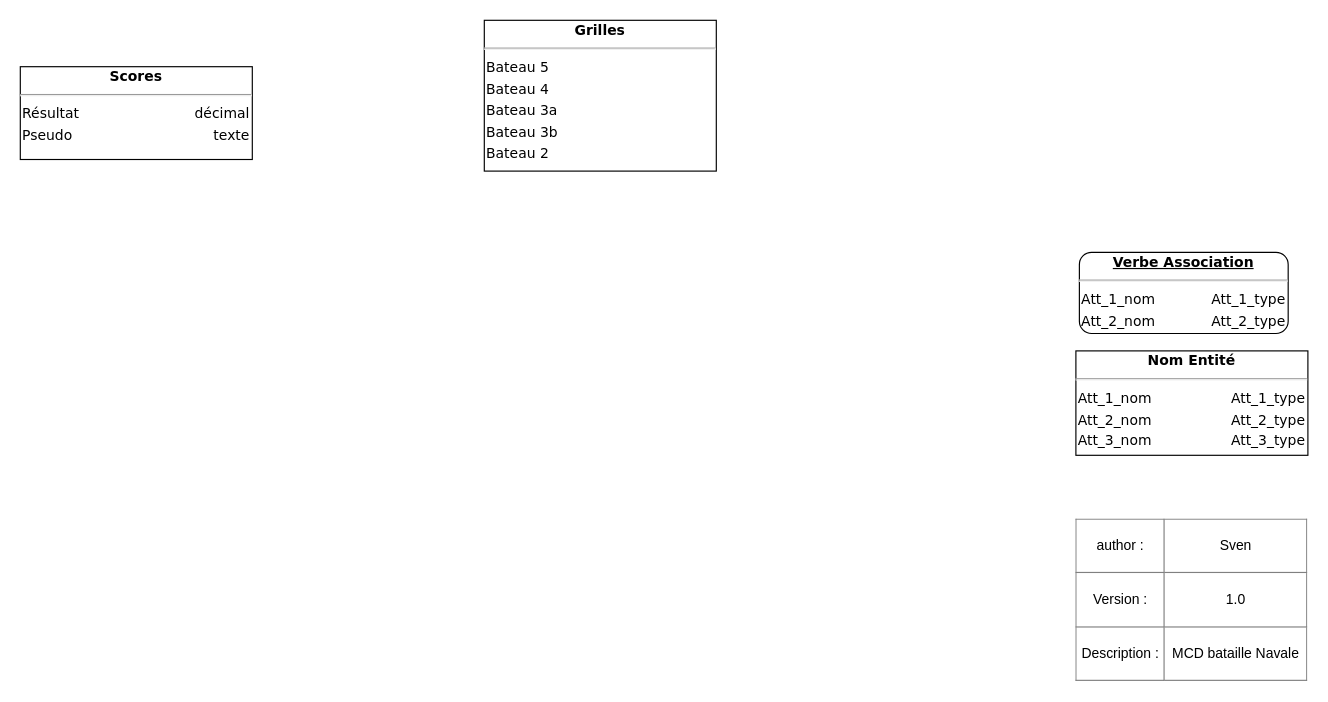
volerysven/Bataille-Navale keeps this draw.io diagram as MCD_bataille_navale.drawio. Above is the earlier version. Source tidied: cells renumbered, new cells numbered last; positions are measured from the earlier drawing's top-left corner, leaving out a move shared by most shapes. Both pictures are drawn from the tidied source at 116%, with x=0, y=0 at pixel (20, 20).
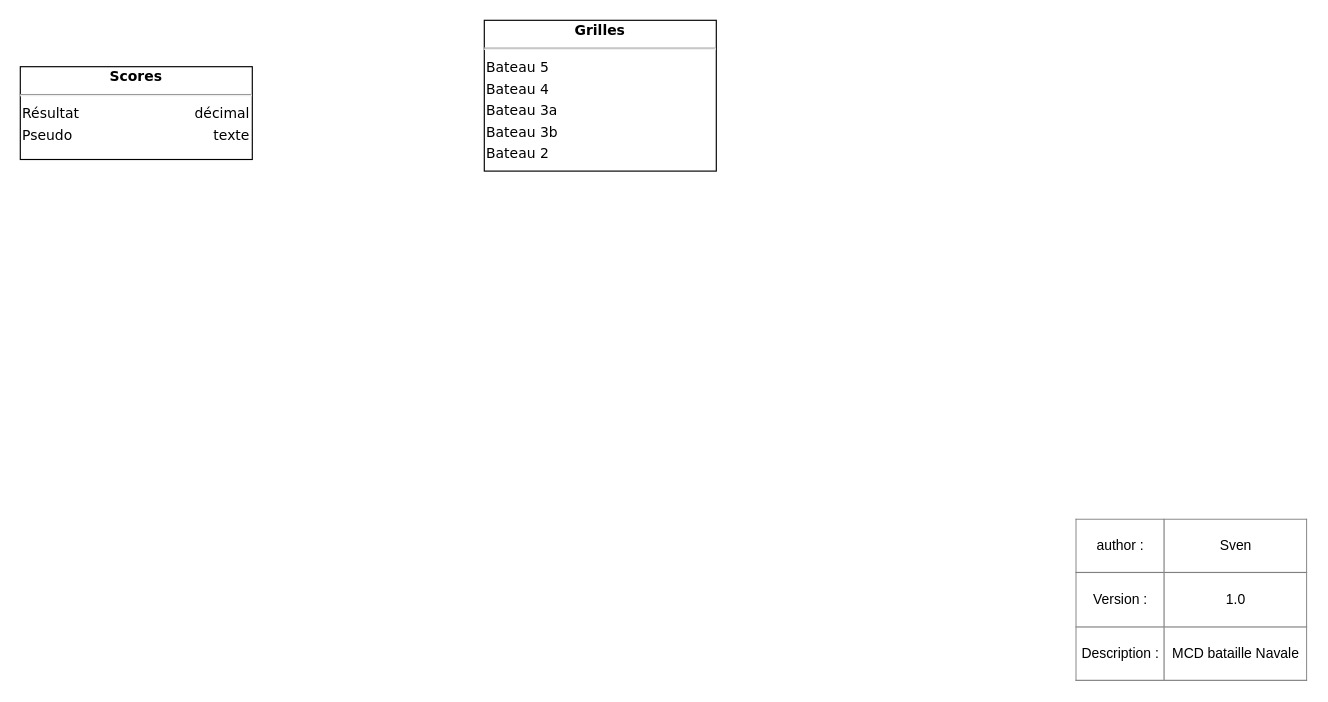
The same diagram, later.

Diff of the diagram source:
```diff
@@
 <mxGraphModel>
   <root>
     <mxCell id="0" />
     <mxCell id="1" parent="0" />
     <mxCell id="2" value="&lt;div style=&quot;box-sizing: border-box ; width: 100% ; padding: 2px&quot;&gt;&lt;span style=&quot;background-color: rgb(255 , 255 , 255)&quot;&gt;&lt;b&gt;Scores&lt;/b&gt;&lt;/span&gt;&lt;/div&gt;&lt;hr&gt;&lt;table style=&quot;width: 100% ; font-size: 1em&quot; cellpadding=&quot;2&quot; cellspacing=&quot;0&quot;&gt;&lt;tbody&gt;&lt;tr&gt;&lt;td style=&quot;text-align: left&quot;&gt;Résultat&lt;/td&gt;&lt;td style=&quot;text-align: right&quot;&gt;décimal&lt;/td&gt;&lt;/tr&gt;&lt;tr&gt;&lt;td style=&quot;text-align: left&quot;&gt;Pseudo&lt;br&gt;&lt;/td&gt;&lt;td style=&quot;text-align: right&quot;&gt;texte&lt;br&gt;&lt;/td&gt;&lt;/tr&gt;&lt;/tbody&gt;&lt;/table&gt;" style="verticalAlign=top;align=center;overflow=fill;html=1;rounded=0;shadow=0;comic=0;labelBackgroundColor=none;strokeColor=#000000;strokeWidth=1;fillColor=#ffffff;fontFamily=Verdana;fontSize=12;fontColor=#000000;" parent="1" vertex="1">
       <mxGeometry y="40" width="200" height="80" as="geometry" />
     </mxCell>
-    <mxCell id="3" value="&lt;div style=&quot;box-sizing: border-box ; width: 100% ; padding: 2px&quot;&gt;&lt;b&gt;&lt;u style=&quot;background-color: rgb(255 , 255 , 255)&quot;&gt;Verbe Association&lt;/u&gt;&lt;/b&gt;&lt;/div&gt;&lt;hr&gt;&lt;table style=&quot;width: 100% ; font-size: 1em&quot; cellpadding=&quot;2&quot; cellspacing=&quot;0&quot;&gt;&lt;tbody&gt;&lt;tr&gt;&lt;td style=&quot;text-align: left&quot;&gt;Att_1_nom&lt;/td&gt;&lt;td style=&quot;text-align: right&quot;&gt;Att_1_type&lt;br&gt;&lt;/td&gt;&lt;/tr&gt;&lt;tr&gt;&lt;td style=&quot;text-align: left&quot;&gt;Att_2_nom&lt;br&gt;&lt;/td&gt;&lt;td style=&quot;text-align: right&quot;&gt;Att_2_type&lt;br&gt;&lt;/td&gt;&lt;/tr&gt;&lt;/tbody&gt;&lt;/table&gt;" style="verticalAlign=top;align=center;overflow=fill;html=1;rounded=1;shadow=0;comic=0;labelBackgroundColor=none;strokeColor=#000000;strokeWidth=1;fillColor=#ffffff;fontFamily=Verdana;fontSize=12;fontColor=#000000;" parent="1" vertex="1">
-      <mxGeometry x="913" y="200" width="180" height="70" as="geometry" />
-    </mxCell>
     <mxCell id="4" value="&lt;div style=&quot;box-sizing: border-box ; width: 100% ; padding: 2px&quot;&gt;&lt;span style=&quot;background-color: rgb(255 , 255 , 255)&quot;&gt;&lt;b&gt;Grilles&lt;/b&gt;&lt;/span&gt;&lt;/div&gt;&lt;hr&gt;&lt;table style=&quot;width: 100% ; font-size: 1em&quot; cellpadding=&quot;2&quot; cellspacing=&quot;0&quot;&gt;&lt;tbody&gt;&lt;tr&gt;&lt;td style=&quot;text-align: left&quot;&gt;Bateau 5&lt;/td&gt;&lt;td style=&quot;text-align: right&quot;&gt;&lt;br&gt;&lt;/td&gt;&lt;/tr&gt;&lt;tr&gt;&lt;td style=&quot;text-align: left&quot;&gt;Bateau 4&lt;br&gt;&lt;/td&gt;&lt;td style=&quot;text-align: right&quot;&gt;&lt;br&gt;&lt;/td&gt;&lt;/tr&gt;&lt;tr&gt;&lt;td style=&quot;text-align: left&quot;&gt;Bateau 3a&lt;/td&gt;&lt;td style=&quot;text-align: right&quot;&gt;&lt;br&gt;&lt;/td&gt;&lt;/tr&gt;&lt;tr&gt;&lt;td style=&quot;text-align: left&quot;&gt;Bateau 3b&lt;/td&gt;&lt;td style=&quot;text-align: right&quot;&gt;&lt;br&gt;&lt;/td&gt;&lt;/tr&gt;&lt;tr&gt;&lt;td style=&quot;text-align: left&quot;&gt;Bateau 2&lt;/td&gt;&lt;td style=&quot;text-align: right&quot;&gt;&lt;br&gt;&lt;/td&gt;&lt;/tr&gt;&lt;/tbody&gt;&lt;/table&gt;" style="verticalAlign=top;align=center;overflow=fill;html=1;rounded=0;shadow=0;comic=0;labelBackgroundColor=none;strokeColor=#000000;strokeWidth=1;fillColor=#ffffff;fontFamily=Verdana;fontSize=12;fontColor=#000000;" parent="1" vertex="1">
       <mxGeometry x="400" width="200" height="130" as="geometry" />
     </mxCell>
     <mxCell id="5" value="&lt;table border=&quot;1&quot; width=&quot;100%&quot; style=&quot;width: 100% ; height: 100% ; border-collapse: collapse&quot;&gt;&lt;tbody&gt;&lt;tr&gt;&lt;td align=&quot;center&quot;&gt;author :&lt;/td&gt;&lt;td align=&quot;center&quot;&gt;Sven&lt;/td&gt;&lt;/tr&gt;&lt;tr&gt;&lt;td align=&quot;center&quot;&gt;Version :&lt;/td&gt;&lt;td align=&quot;center&quot;&gt;1.0&lt;/td&gt;&lt;/tr&gt;&lt;tr&gt;&lt;td align=&quot;center&quot;&gt;Description :&lt;/td&gt;&lt;td align=&quot;center&quot;&gt;MCD bataille Navale&lt;/td&gt;&lt;/tr&gt;&lt;/tbody&gt;&lt;/table&gt;" style="text;html=1;strokeColor=none;fillColor=none;overflow=fill;" parent="1" vertex="1">
       <mxGeometry x="910" y="430" width="200" height="140" as="geometry" />
     </mxCell>
-    <mxCell id="6" value="&lt;div style=&quot;box-sizing: border-box ; width: 100% ; padding: 2px&quot;&gt;&lt;b&gt;&lt;span style=&quot;background-color: rgb(255 , 255 , 255)&quot;&gt;Nom Entité&lt;/span&gt;&lt;/b&gt;&lt;/div&gt;&lt;hr&gt;&lt;table style=&quot;width: 100% ; font-size: 1em&quot; cellpadding=&quot;2&quot; cellspacing=&quot;0&quot;&gt;&lt;tbody&gt;&lt;tr&gt;&lt;td style=&quot;text-align: left&quot;&gt;Att_1_nom&lt;/td&gt;&lt;td style=&quot;text-align: right&quot;&gt;Att_1_type&lt;br&gt;&lt;/td&gt;&lt;/tr&gt;&lt;tr&gt;&lt;td style=&quot;text-align: left&quot;&gt;Att_2_nom&lt;br&gt;&lt;/td&gt;&lt;td style=&quot;text-align: right&quot;&gt;Att_2_type&lt;br&gt;&lt;/td&gt;&lt;/tr&gt;&lt;tr&gt;&lt;td style=&quot;text-align: left&quot;&gt;Att_3_nom&lt;/td&gt;&lt;td style=&quot;text-align: right&quot;&gt;Att_3_type&lt;br&gt;&lt;/td&gt;&lt;/tr&gt;&lt;/tbody&gt;&lt;/table&gt;" style="verticalAlign=top;align=center;overflow=fill;html=1;rounded=0;shadow=0;comic=0;labelBackgroundColor=none;strokeColor=#000000;strokeWidth=1;fillColor=#ffffff;fontFamily=Verdana;fontSize=12;fontColor=#000000;" parent="1" vertex="1">
-      <mxGeometry x="910" y="285" width="200" height="90" as="geometry" />
-    </mxCell>
   </root>
 </mxGraphModel>
```
